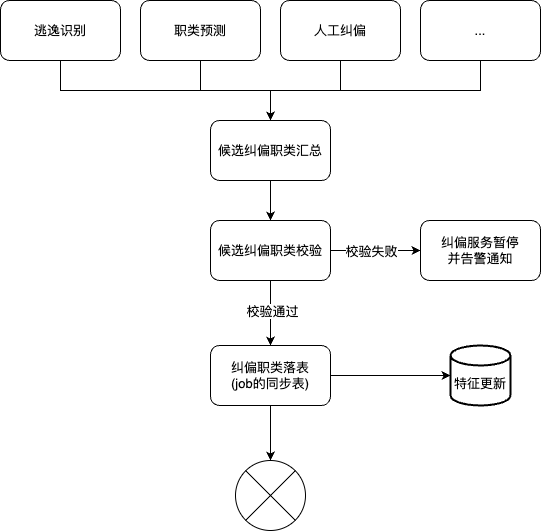
Above: work-draw-file/职类纠偏.png in liujunao/draw-data (draw.io), before the change. Source tidied: cells renumbered, new cells last; positions are measured from the earlier drawing's top-left corner, leaving out a move shared by most shapes.
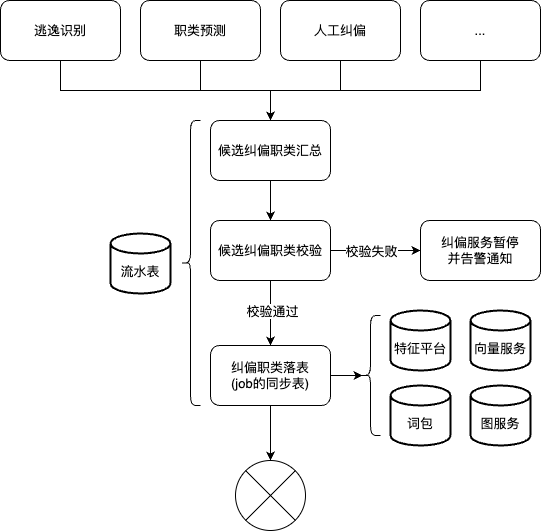
Above is the later version.

Commit message:
更新职类纠偏.png

The edit, as a diff of the source:
```diff
@@ -2,12 +2,12 @@
   <root>
     <mxCell id="0" />
     <mxCell id="1" parent="0" />
+    <mxCell id="23" style="edgeStyle=orthogonalEdgeStyle;rounded=0;jettySize=auto;html=1;exitX=1;exitY=0.5;exitDx=0;exitDy=0;entryX=0.1;entryY=0.5;entryDx=0;entryDy=0;entryPerimeter=0;" parent="1" edge="1" source="4" target="29">
+      <mxGeometry relative="1" as="geometry" />
+    </mxCell>
-    <mxCell id="2" style="edgeStyle=orthogonalEdgeStyle;rounded=0;jettySize=auto;html=1;exitX=0.5;exitY=1;exitDx=0;exitDy=0;" parent="1" edge="1" source="4" target="21">
+    <mxCell id="2" style="edgeStyle=orthogonalEdgeStyle;rounded=0;jettySize=auto;html=1;exitX=0.5;exitY=1;exitDx=0;exitDy=0;entryX=0.5;entryY=0;entryDx=0;entryDy=0;entryPerimeter=0;" parent="1" edge="1" source="4" target="21">
       <mxGeometry relative="1" as="geometry" />
     </mxCell>
-    <mxCell id="3" style="edgeStyle=orthogonalEdgeStyle;rounded=0;jettySize=auto;html=1;exitX=1;exitY=0.5;exitDx=0;exitDy=0;" parent="1" edge="1" source="4" target="22">
-      <mxGeometry relative="1" as="geometry" />
-    </mxCell>
     <mxCell id="4" value="纠偏职类落表&lt;br&gt;(job的同步表)" style="rounded=1;whiteSpace=wrap;html=1;" parent="1" vertex="1">
       <mxGeometry x="210" y="345" width="120" height="60" as="geometry" />
     </mxCell>
@@ -61,11 +61,29 @@
     <mxCell id="20" value="纠偏服务暂停&lt;br&gt;并告警通知" style="rounded=1;whiteSpace=wrap;html=1;" parent="1" vertex="1">
       <mxGeometry x="420" y="220" width="120" height="60" as="geometry" />
     </mxCell>
+    <mxCell id="22" value="&lt;br&gt;特征平台" style="strokeWidth=2;html=1;shape=mxgraph.flowchart.database;whiteSpace=wrap;" parent="1" vertex="1">
+      <mxGeometry x="390" y="310" width="60" height="60" as="geometry" />
+    </mxCell>
+    <mxCell id="24" style="shape=curlyBracket;whiteSpace=wrap;html=1;rounded=1;labelPosition=left;verticalLabelPosition=middle;align=right;verticalAlign=middle;" parent="1" vertex="1">
+      <mxGeometry x="180" y="120" width="20" height="285" as="geometry" />
+    </mxCell>
+    <mxCell id="25" value="&lt;br&gt;流水表" style="strokeWidth=2;html=1;shape=mxgraph.flowchart.database;whiteSpace=wrap;" parent="1" vertex="1">
+      <mxGeometry x="110" y="233" width="60" height="60" as="geometry" />
+    </mxCell>
+    <mxCell id="26" value="&lt;br&gt;词包" style="strokeWidth=2;html=1;shape=mxgraph.flowchart.database;whiteSpace=wrap;" parent="1" vertex="1">
+      <mxGeometry x="390" y="385" width="60" height="60" as="geometry" />
+    </mxCell>
+    <mxCell id="27" value="&lt;br&gt;向量服务" style="strokeWidth=2;html=1;shape=mxgraph.flowchart.database;whiteSpace=wrap;" parent="1" vertex="1">
+      <mxGeometry x="470" y="310" width="60" height="60" as="geometry" />
+    </mxCell>
+    <mxCell id="28" value="&lt;br&gt;图服务" style="strokeWidth=2;html=1;shape=mxgraph.flowchart.database;whiteSpace=wrap;" parent="1" vertex="1">
+      <mxGeometry x="470" y="385" width="60" height="60" as="geometry" />
+    </mxCell>
+    <mxCell id="29" style="shape=curlyBracket;whiteSpace=wrap;html=1;rounded=1;labelPosition=left;verticalLabelPosition=middle;align=right;verticalAlign=middle;" parent="1" vertex="1">
+      <mxGeometry x="360" y="315" width="20" height="120" as="geometry" />
+    </mxCell>
     <mxCell id="21" style="verticalLabelPosition=bottom;verticalAlign=top;html=1;shape=mxgraph.flowchart.or;" parent="1" vertex="1">
       <mxGeometry x="235" y="460" width="70" height="70" as="geometry" />
     </mxCell>
-    <mxCell id="22" value="&lt;br&gt;特征更新" style="strokeWidth=2;html=1;shape=mxgraph.flowchart.database;whiteSpace=wrap;" parent="1" vertex="1">
-      <mxGeometry x="450" y="345" width="60" height="60" as="geometry" />
-    </mxCell>
   </root>
 </mxGraphModel>
```
